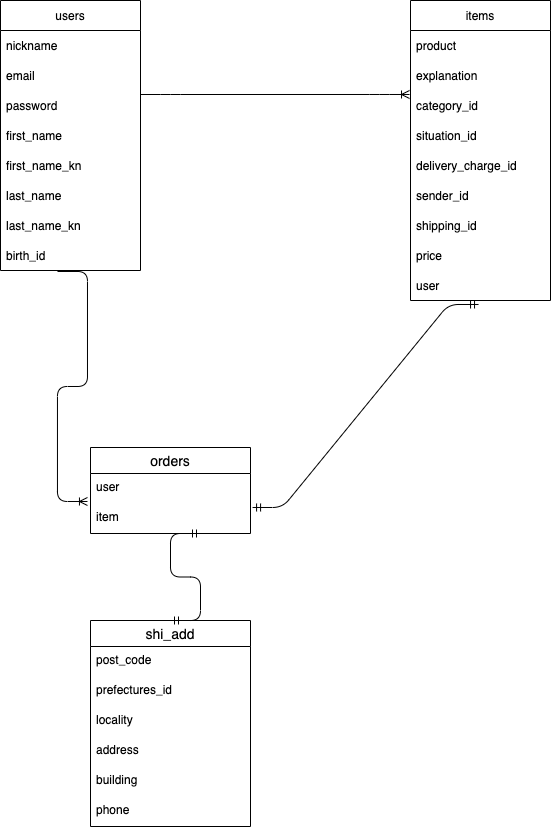
The draw.io diagram furima.png in TAKUYA34/furima-38247, before a commit. Source tidied: cells renumbered, new cells last; positions are measured from the earlier drawing's top-left corner, leaving out a move shared by most shapes.
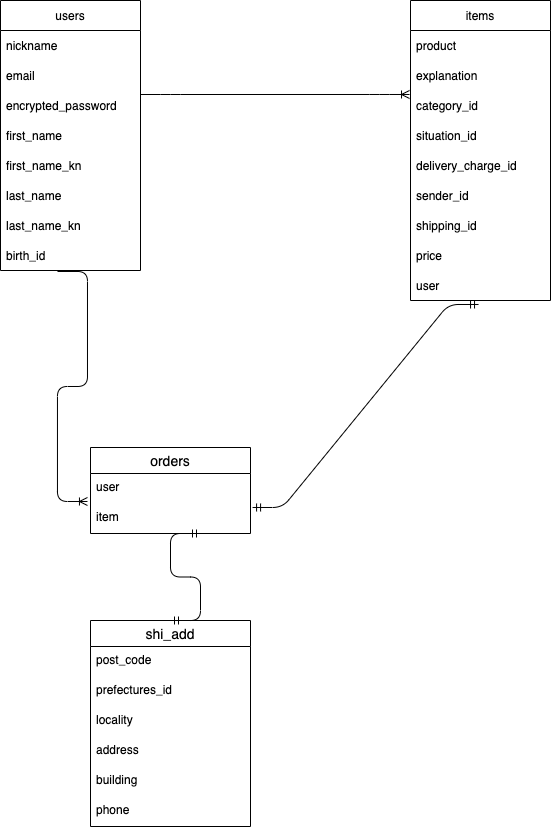
Above is the later version.

The edit, as a diff of the source:
```diff
@@ -38,12 +38,12 @@
     <mxCell id="13" value="nickname" style="text;strokeColor=none;fillColor=none;align=left;verticalAlign=middle;spacingLeft=4;spacingRight=4;overflow=hidden;" parent="12" vertex="1">
       <mxGeometry y="30" width="140" height="30" as="geometry" />
     </mxCell>
+    <mxCell id="35" value="email" style="text;strokeColor=none;fillColor=none;align=left;verticalAlign=middle;spacingLeft=4;spacingRight=4;overflow=hidden;" parent="12" vertex="1">
+      <mxGeometry y="60" width="140" height="30" as="geometry" />
+    </mxCell>
-    <mxCell id="14" value="email" style="text;strokeColor=none;fillColor=none;align=left;verticalAlign=middle;spacingLeft=4;spacingRight=4;overflow=hidden;" parent="12" vertex="1">
-      <mxGeometry y="60" width="140" height="30" as="geometry" />
+    <mxCell id="14" value="encrypted_password" style="text;strokeColor=none;fillColor=none;align=left;verticalAlign=middle;spacingLeft=4;spacingRight=4;overflow=hidden;" parent="12" vertex="1">
+      <mxGeometry y="90" width="140" height="30" as="geometry" />
     </mxCell>
-    <mxCell id="15" value="password" style="text;strokeColor=none;fillColor=none;align=left;verticalAlign=middle;spacingLeft=4;spacingRight=4;overflow=hidden;" parent="12" vertex="1">
-      <mxGeometry y="90" width="140" height="30" as="geometry" />
-    </mxCell>
     <mxCell id="16" value="first_name" style="text;strokeColor=none;fillColor=none;align=left;verticalAlign=middle;spacingLeft=4;spacingRight=4;overflow=hidden;" parent="12" vertex="1">
       <mxGeometry y="120" width="140" height="30" as="geometry" />
     </mxCell>
```
